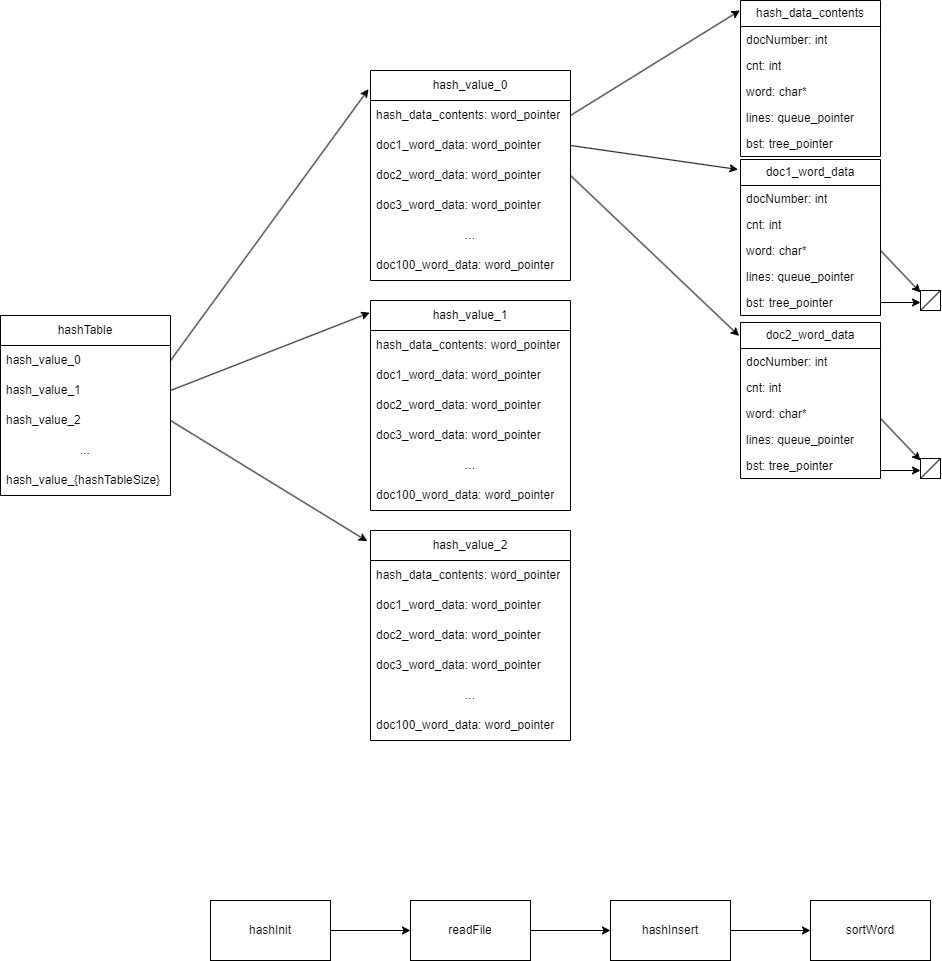
Before: 자료구조 프로그램 구성도.drawio.png, a diagram exported from draw.io (aapdo/data_structure_project). Source tidied: cells renumbered, new cells last; positions are measured from the earlier drawing's top-left corner, leaving out a move shared by most shapes.
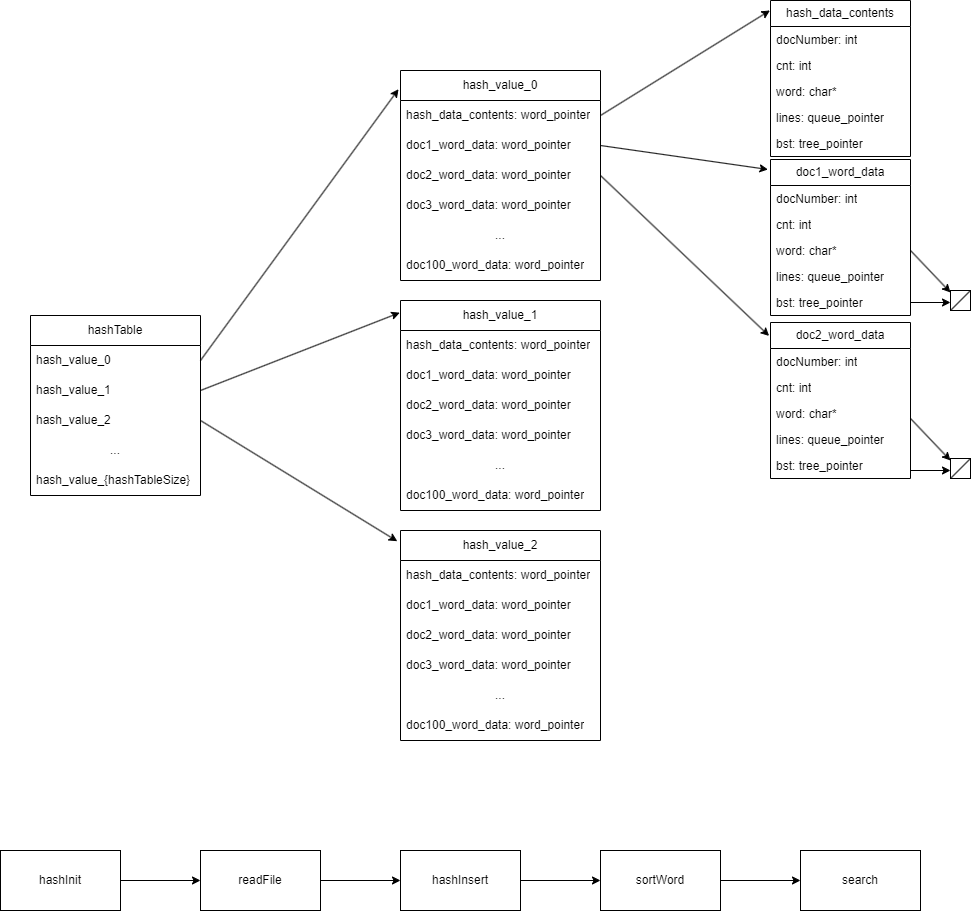
The same diagram one commit later.

Commit message:
자료구조 프로그램 구성도

Diff of the diagram source:
```diff
@@ -197,22 +197,28 @@
       <mxGeometry relative="1" as="geometry" />
     </mxCell>
     <mxCell id="62" value="hashInit" style="rounded=0;whiteSpace=wrap;html=1;" parent="1" vertex="1">
-      <mxGeometry x="210" y="900" width="120" height="60" as="geometry" />
+      <mxGeometry x="-30" y="850" width="120" height="60" as="geometry" />
     </mxCell>
     <mxCell id="63" style="edgeStyle=orthogonalEdgeStyle;rounded=0;jettySize=auto;html=1;" parent="1" edge="1" source="64" target="66">
       <mxGeometry relative="1" as="geometry" />
     </mxCell>
     <mxCell id="64" value="readFile" style="whiteSpace=wrap;html=1;rounded=0;" parent="1" vertex="1">
-      <mxGeometry x="410" y="900" width="120" height="60" as="geometry" />
+      <mxGeometry x="170" y="850" width="120" height="60" as="geometry" />
     </mxCell>
     <mxCell id="65" style="edgeStyle=orthogonalEdgeStyle;rounded=0;jettySize=auto;html=1;" parent="1" edge="1" source="66" target="67">
       <mxGeometry relative="1" as="geometry" />
     </mxCell>
     <mxCell id="66" value="hashInsert" style="whiteSpace=wrap;html=1;rounded=0;" parent="1" vertex="1">
-      <mxGeometry x="610" y="900" width="120" height="60" as="geometry" />
+      <mxGeometry x="370" y="850" width="120" height="60" as="geometry" />
     </mxCell>
+    <mxCell id="68" style="edgeStyle=orthogonalEdgeStyle;rounded=0;jettySize=auto;html=1;" parent="1" edge="1" source="67" target="69">
+      <mxGeometry relative="1" as="geometry" />
+    </mxCell>
     <mxCell id="67" value="sortWord" style="whiteSpace=wrap;html=1;rounded=0;" parent="1" vertex="1">
-      <mxGeometry x="810" y="900" width="120" height="60" as="geometry" />
+      <mxGeometry x="570" y="850" width="120" height="60" as="geometry" />
     </mxCell>
+    <mxCell id="69" value="search" style="whiteSpace=wrap;html=1;rounded=0;" parent="1" vertex="1">
+      <mxGeometry x="770" y="850" width="120" height="60" as="geometry" />
+    </mxCell>
   </root>
 </mxGraphModel>
```
